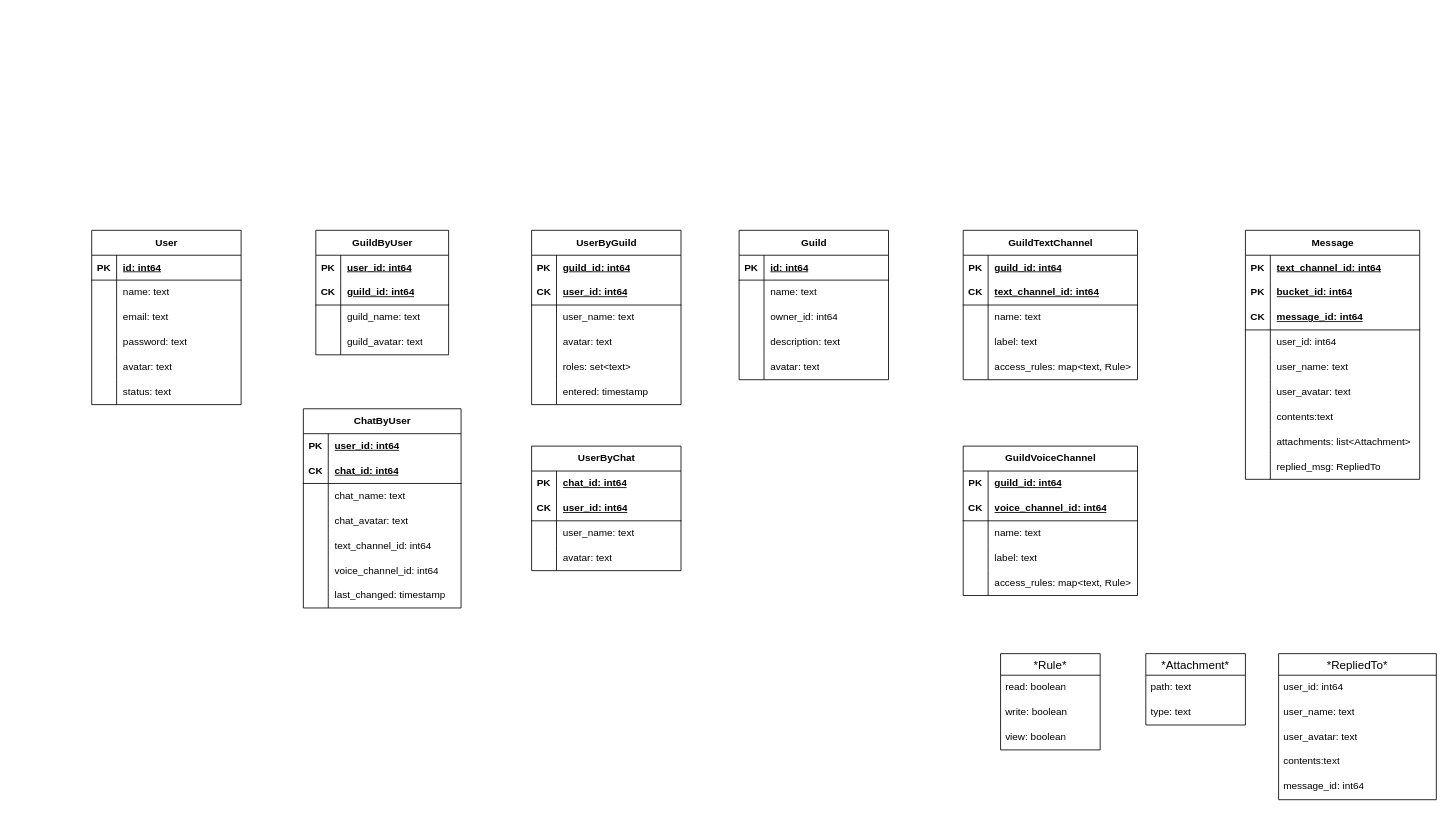
This is physical_schema.drawio from reddiridabl666/TP2023-Highload, a draw.io file, before an edit. Source tidied: cells renumbered, new cells numbered last; positions are measured from the earlier drawing's top-left corner, leaving out a move shared by most shapes. Both pictures are drawn from the tidied source at 83%, with x=0, y=0 at pixel (91, 230).
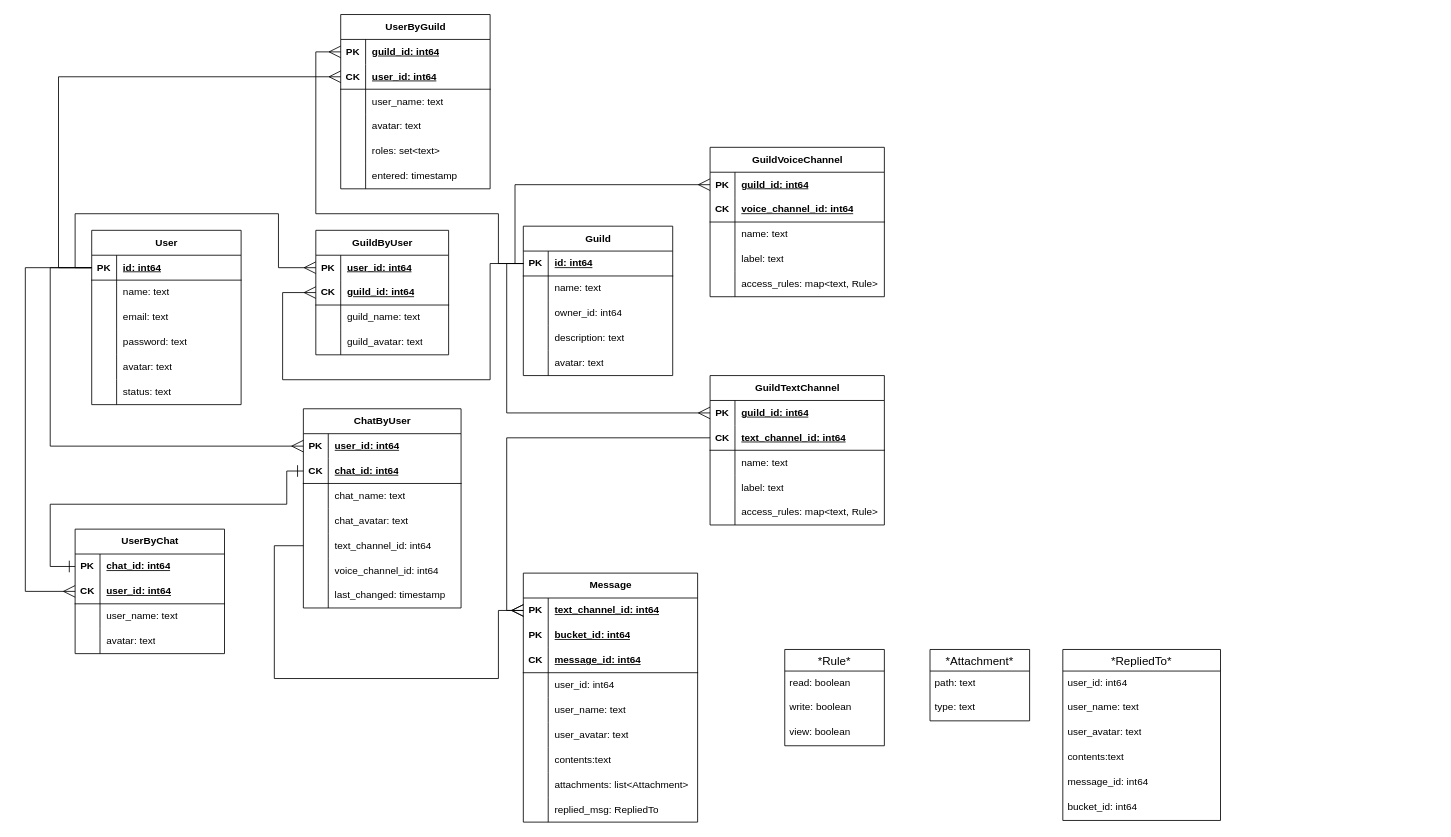
The same diagram, later.

The change refers to these unchanged cells:
```xml
<mxCell id="3" style="shape=tableRow;horizontal=0;startSize=0;swimlaneHead=0;swimlaneBody=0;fillColor=none;points=[[0,0.5],[1,0.5]];portConstraint=eastwest;top=0;left=0;right=0;bottom=1;" parent="2" vertex="1">
  <mxGeometry y="30" width="180" height="30" as="geometry" />
</mxCell>
<mxCell id="22" style="shape=tableRow;horizontal=0;startSize=0;swimlaneHead=0;swimlaneBody=0;fillColor=none;points=[[0,0.5],[1,0.5]];portConstraint=eastwest;top=0;left=0;right=0;bottom=0;" parent="21" vertex="1">
  <mxGeometry y="30" width="180" height="30" as="geometry" />
</mxCell>
<mxCell id="25" style="shape=tableRow;horizontal=0;startSize=0;swimlaneHead=0;swimlaneBody=0;fillColor=none;points=[[0,0.5],[1,0.5]];portConstraint=eastwest;top=0;left=0;right=0;bottom=1;" parent="21" vertex="1">
  <mxGeometry y="60" width="180" height="30" as="geometry" />
</mxCell>
<mxCell id="41" style="shape=tableRow;horizontal=0;startSize=0;swimlaneHead=0;swimlaneBody=0;fillColor=none;points=[[0,0.5],[1,0.5]];portConstraint=eastwest;top=0;left=0;right=0;bottom=0;" parent="40" vertex="1">
  <mxGeometry y="30" width="190" height="30" as="geometry" />
</mxCell>
<mxCell id="44" style="shape=tableRow;horizontal=0;startSize=0;swimlaneHead=0;swimlaneBody=0;fillColor=none;points=[[0,0.5],[1,0.5]];portConstraint=eastwest;top=0;left=0;right=0;bottom=1;" parent="40" vertex="1">
  <mxGeometry y="60" width="190" height="30" as="geometry" />
</mxCell>
<mxCell id="53" style="shape=tableRow;horizontal=0;startSize=0;swimlaneHead=0;swimlaneBody=0;fillColor=none;points=[[0,0.5],[1,0.5]];portConstraint=eastwest;top=0;left=0;right=0;bottom=0;" parent="40" vertex="1">
  <mxGeometry y="150" width="190" height="30" as="geometry" />
</mxCell>
<mxCell id="63" style="shape=tableRow;horizontal=0;startSize=0;swimlaneHead=0;swimlaneBody=0;fillColor=none;points=[[0,0.5],[1,0.5]];portConstraint=eastwest;top=0;left=0;right=0;bottom=1;" parent="62" vertex="1">
  <mxGeometry y="30" width="180" height="30" as="geometry" />
</mxCell>
<mxCell id="79" style="shape=tableRow;horizontal=0;startSize=0;swimlaneHead=0;swimlaneBody=0;fillColor=none;points=[[0,0.5],[1,0.5]];portConstraint=eastwest;top=0;left=0;right=0;bottom=0;" parent="78" vertex="1">
  <mxGeometry y="30" width="180" height="30" as="geometry" />
</mxCell>
<mxCell id="82" style="shape=tableRow;horizontal=0;startSize=0;swimlaneHead=0;swimlaneBody=0;fillColor=none;points=[[0,0.5],[1,0.5]];portConstraint=eastwest;top=0;left=0;right=0;bottom=1;" parent="78" vertex="1">
  <mxGeometry y="60" width="180" height="30" as="geometry" />
</mxCell>
<mxCell id="92" style="shape=tableRow;horizontal=0;startSize=0;swimlaneHead=0;swimlaneBody=0;fillColor=none;points=[[0,0.5],[1,0.5]];portConstraint=eastwest;top=0;left=0;right=0;bottom=0;" parent="91" vertex="1">
  <mxGeometry y="30" width="210" height="30" as="geometry" />
</mxCell>
<mxCell id="95" style="shape=tableRow;horizontal=0;startSize=0;swimlaneHead=0;swimlaneBody=0;fillColor=none;points=[[0,0.5],[1,0.5]];portConstraint=eastwest;top=0;left=0;right=0;bottom=1;" parent="91" vertex="1">
  <mxGeometry y="60" width="210" height="30" as="geometry" />
</mxCell>
<mxCell id="108" style="shape=tableRow;horizontal=0;startSize=0;swimlaneHead=0;swimlaneBody=0;fillColor=none;points=[[0,0.5],[1,0.5]];portConstraint=eastwest;top=0;left=0;right=0;bottom=0;" parent="107" vertex="1">
  <mxGeometry y="30" width="210" height="30" as="geometry" />
</mxCell>
<mxCell id="124" style="shape=tableRow;horizontal=0;startSize=0;swimlaneHead=0;swimlaneBody=0;fillColor=none;points=[[0,0.5],[1,0.5]];portConstraint=eastwest;top=0;left=0;right=0;bottom=0;" parent="123" vertex="1">
  <mxGeometry y="30" width="160" height="30" as="geometry" />
</mxCell>
<mxCell id="127" style="shape=tableRow;horizontal=0;startSize=0;swimlaneHead=0;swimlaneBody=0;fillColor=none;points=[[0,0.5],[1,0.5]];portConstraint=eastwest;top=0;left=0;right=0;bottom=1;" parent="123" vertex="1">
  <mxGeometry y="60" width="160" height="30" as="geometry" />
</mxCell>
<mxCell id="137" style="shape=tableRow;horizontal=0;startSize=0;swimlaneHead=0;swimlaneBody=0;fillColor=none;points=[[0,0.5],[1,0.5]];portConstraint=eastwest;top=0;left=0;right=0;bottom=0;" parent="136" vertex="1">
  <mxGeometry y="30" width="210" height="30" as="geometry" />
</mxCell>
```

Diff of the diagram source:
```diff
@@
     <mxCell id="21" value="UserByGuild" style="shape=table;startSize=30;childLayout=tableLayout;rowLines=0;fontStyle=1;align=center;html=1;" parent="1" vertex="1">
-      <mxGeometry x="530" width="180" height="210" as="geometry" />
+      <mxGeometry x="300" y="-260" width="180" height="210" as="geometry" />
     </mxCell>
@@
     <mxCell id="62" value="Guild" style="shape=table;startSize=30;childLayout=tableLayout;rowLines=0;fontStyle=1;align=center;html=1;" parent="1" vertex="1">
-      <mxGeometry x="780" width="180" height="180" as="geometry" />
+      <mxGeometry x="520" y="-5" width="180" height="180" as="geometry" />
     </mxCell>
@@
     <mxCell id="78" value="UserByChat" style="shape=table;startSize=30;childLayout=tableLayout;rowLines=0;fontStyle=1;align=center;html=1;" parent="1" vertex="1">
-      <mxGeometry x="530" y="260" width="180" height="150" as="geometry" />
+      <mxGeometry x="-20" y="360" width="180" height="150" as="geometry" />
     </mxCell>
@@
     <mxCell id="91" value="GuildTextChannel" style="shape=table;startSize=30;childLayout=tableLayout;rowLines=0;fontStyle=1;align=center;html=1;" parent="1" vertex="1">
-      <mxGeometry x="1050" width="210" height="180" as="geometry" />
+      <mxGeometry x="745" y="175" width="210" height="180" as="geometry" />
     </mxCell>
@@
     <mxCell id="107" value="GuildVoiceChannel" style="shape=table;startSize=30;childLayout=tableLayout;rowLines=0;fontStyle=1;align=center;html=1;" parent="1" vertex="1">
-      <mxGeometry x="1050" y="260" width="210" height="180" as="geometry" />
+      <mxGeometry x="745" y="-100" width="210" height="180" as="geometry" />
     </mxCell>
@@
     <mxCell id="136" value="Message" style="shape=table;startSize=30;childLayout=tableLayout;rowLines=0;fontStyle=1;align=center;html=1;" parent="1" vertex="1">
-      <mxGeometry x="1390" width="210" height="300" as="geometry" />
+      <mxGeometry x="520" y="413" width="210" height="300" as="geometry" />
     </mxCell>
@@
     <mxCell id="164" value="*Rule*" style="swimlane;fontStyle=0;horizontal=1;startSize=26;align=center;fontSize=14;" parent="1" vertex="1">
-      <mxGeometry x="1095" y="510" width="120" height="116" as="geometry" />
+      <mxGeometry x="835" y="505" width="120" height="116" as="geometry" />
     </mxCell>
@@
     <mxCell id="168" value="*Attachment*" style="swimlane;fontStyle=0;horizontal=1;startSize=26;align=center;fontSize=14;" parent="1" vertex="1">
-      <mxGeometry x="1270" y="510" width="120" height="86" as="geometry" />
+      <mxGeometry x="1010" y="505" width="120" height="86" as="geometry" />
     </mxCell>
@@
     <mxCell id="171" value="*RepliedTo*" style="swimlane;fontStyle=0;horizontal=1;startSize=26;align=center;fontSize=14;" parent="1" vertex="1">
-      <mxGeometry x="1430" y="510" width="190" height="176" as="geometry" />
+      <mxGeometry x="1170" y="505" width="190" height="206" as="geometry" />
     </mxCell>
@@
+    <mxCell id="177" value="bucket_id: int64&lt;b&gt;&lt;u&gt;&lt;br&gt;&lt;/u&gt;&lt;/b&gt;" style="text;strokeColor=none;fillColor=none;spacingLeft=4;spacingRight=4;overflow=hidden;fontSize=12;whiteSpace=wrap;html=1;" parent="171" vertex="1">
+      <mxGeometry y="176" width="190" height="30" as="geometry" />
+    </mxCell>
+    <mxCell id="178" style="edgeStyle=orthogonalEdgeStyle;rounded=0;jettySize=auto;html=1;exitX=0;exitY=0.5;exitDx=0;exitDy=0;entryX=0;entryY=0.5;entryDx=0;entryDy=0;endArrow=ERmany;endFill=0;endSize=12;" parent="1" edge="1" source="3" target="124">
+      <mxGeometry relative="1" as="geometry">
+        <Array as="points">
+          <mxPoint x="-20" y="45" />
+          <mxPoint x="-20" y="-20" />
+          <mxPoint x="225" y="-20" />
+          <mxPoint x="225" y="45" />
+        </Array>
+      </mxGeometry>
+    </mxCell>
+    <mxCell id="179" style="edgeStyle=orthogonalEdgeStyle;rounded=0;jettySize=auto;html=1;exitX=0;exitY=0.5;exitDx=0;exitDy=0;entryX=0;entryY=0.5;entryDx=0;entryDy=0;endArrow=ERmany;endFill=0;endSize=12;" parent="1" edge="1" source="3" target="41">
+      <mxGeometry relative="1" as="geometry">
+        <Array as="points">
+          <mxPoint x="-50" y="45" />
+          <mxPoint x="-50" y="260" />
+        </Array>
+      </mxGeometry>
+    </mxCell>
+    <mxCell id="180" style="edgeStyle=orthogonalEdgeStyle;rounded=0;jettySize=auto;html=1;exitX=0;exitY=0.5;exitDx=0;exitDy=0;entryX=0;entryY=0.5;entryDx=0;entryDy=0;endArrow=ERone;endFill=0;startSize=12;endSize=12;startArrow=ERone;startFill=0;" parent="1" edge="1" source="44" target="79">
+      <mxGeometry relative="1" as="geometry">
+        <Array as="points">
+          <mxPoint x="235" y="290" />
+          <mxPoint x="235" y="330" />
+          <mxPoint x="-50" y="330" />
+          <mxPoint x="-50" y="405" />
+        </Array>
+      </mxGeometry>
+    </mxCell>
+    <mxCell id="181" style="edgeStyle=orthogonalEdgeStyle;rounded=0;jettySize=auto;html=1;entryX=0;entryY=0.5;entryDx=0;entryDy=0;endArrow=ERmany;endFill=0;endSize=12;exitX=0;exitY=0.5;exitDx=0;exitDy=0;" parent="1" edge="1" source="63" target="127">
+      <mxGeometry relative="1" as="geometry">
+        <Array as="points">
+          <mxPoint x="480" y="40" />
+          <mxPoint x="480" y="180" />
+          <mxPoint x="230" y="180" />
+          <mxPoint x="230" y="75" />
+        </Array>
+      </mxGeometry>
+    </mxCell>
+    <mxCell id="182" style="edgeStyle=orthogonalEdgeStyle;rounded=0;jettySize=auto;html=1;entryX=0;entryY=0.5;entryDx=0;entryDy=0;endArrow=ERmany;endFill=0;endSize=12;exitX=0;exitY=0.5;exitDx=0;exitDy=0;" parent="1" edge="1" source="63" target="22">
+      <mxGeometry relative="1" as="geometry">
+        <Array as="points">
+          <mxPoint x="490" y="40" />
+          <mxPoint x="490" y="-20" />
+          <mxPoint x="270" y="-20" />
+          <mxPoint x="270" y="-215" />
+        </Array>
+      </mxGeometry>
+    </mxCell>
+    <mxCell id="183" style="edgeStyle=orthogonalEdgeStyle;rounded=0;jettySize=auto;html=1;exitX=0;exitY=0.5;exitDx=0;exitDy=0;entryX=0;entryY=0.5;entryDx=0;entryDy=0;endArrow=ERmany;endFill=0;endSize=12;" parent="1" edge="1" source="3" target="25">
+      <mxGeometry relative="1" as="geometry">
+        <Array as="points">
+          <mxPoint x="-40" y="45" />
+          <mxPoint x="-40" y="-185" />
+        </Array>
+      </mxGeometry>
+    </mxCell>
+    <mxCell id="184" style="edgeStyle=orthogonalEdgeStyle;rounded=0;jettySize=auto;html=1;entryX=0;entryY=0.5;entryDx=0;entryDy=0;endArrow=ERmany;endFill=0;endSize=12;exitX=0;exitY=0.5;exitDx=0;exitDy=0;" parent="1" edge="1" source="3" target="82">
+      <mxGeometry relative="1" as="geometry">
+        <Array as="points">
+          <mxPoint x="-80" y="45" />
+          <mxPoint x="-80" y="435" />
+        </Array>
+      </mxGeometry>
+    </mxCell>
+    <mxCell id="185" style="edgeStyle=orthogonalEdgeStyle;rounded=0;jettySize=auto;html=1;entryX=0;entryY=0.5;entryDx=0;entryDy=0;endArrow=ERmany;endFill=0;endSize=12;exitX=0;exitY=0.5;exitDx=0;exitDy=0;" parent="1" edge="1" source="63" target="92">
+      <mxGeometry relative="1" as="geometry">
+        <Array as="points">
+          <mxPoint x="500" y="40" />
+          <mxPoint x="500" y="220" />
+        </Array>
+      </mxGeometry>
+    </mxCell>
+    <mxCell id="186" style="edgeStyle=orthogonalEdgeStyle;rounded=0;jettySize=auto;html=1;entryX=0;entryY=0.5;entryDx=0;entryDy=0;endArrow=ERmany;endFill=0;endSize=12;exitX=0;exitY=0.5;exitDx=0;exitDy=0;" parent="1" edge="1" source="95" target="137">
+      <mxGeometry relative="1" as="geometry">
+        <Array as="points">
+          <mxPoint x="500" y="250" />
+          <mxPoint x="500" y="458" />
+        </Array>
+      </mxGeometry>
+    </mxCell>
+    <mxCell id="187" style="edgeStyle=orthogonalEdgeStyle;rounded=0;jettySize=auto;html=1;entryX=0;entryY=0.5;entryDx=0;entryDy=0;endArrow=ERmany;endFill=0;endSize=12;exitX=0;exitY=0.5;exitDx=0;exitDy=0;" parent="1" edge="1" source="53" target="137">
+      <mxGeometry relative="1" as="geometry">
+        <Array as="points">
+          <mxPoint x="220" y="380" />
+          <mxPoint x="220" y="540" />
+          <mxPoint x="490" y="540" />
+          <mxPoint x="490" y="458" />
+        </Array>
+      </mxGeometry>
+    </mxCell>
+    <mxCell id="188" style="edgeStyle=orthogonalEdgeStyle;rounded=0;jettySize=auto;html=1;entryX=0;entryY=0.5;entryDx=0;entryDy=0;endArrow=ERmany;endFill=0;endSize=12;exitX=0;exitY=0.5;exitDx=0;exitDy=0;" parent="1" edge="1" source="63" target="108">
+      <mxGeometry relative="1" as="geometry">
+        <Array as="points">
+          <mxPoint x="510" y="40" />
+          <mxPoint x="510" y="-55" />
+        </Array>
+      </mxGeometry>
+    </mxCell>
```
